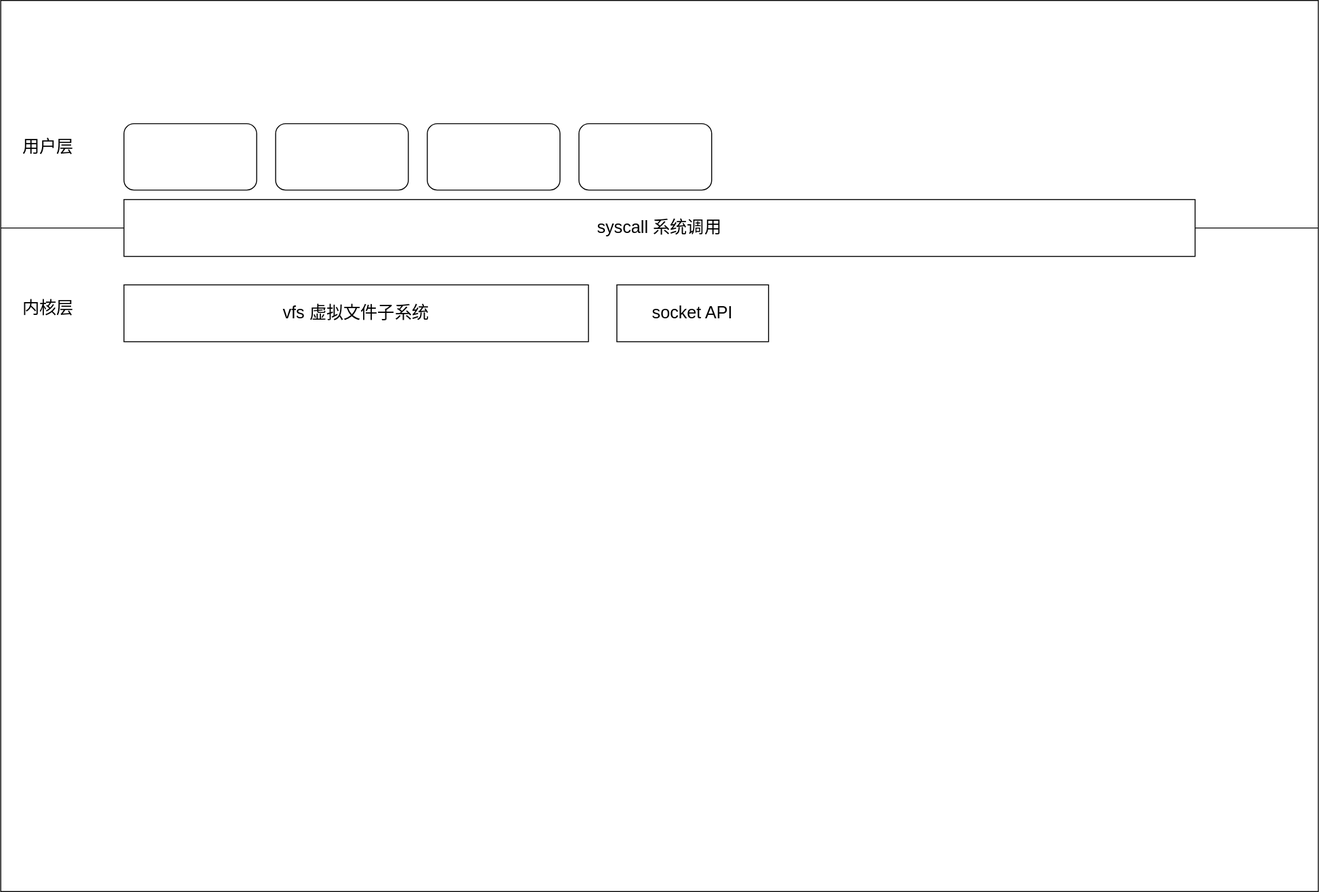
Before: src/kernel/linux/sys.dio.svg, a diagram exported from draw.io (dingiv/dingiv.github.io). Source tidied: cells renumbered, new cells last; positions are measured from the earlier drawing's top-left corner, leaving out a move shared by most shapes. Its diagram source:
```xml
<mxGraphModel>
  <root>
    <mxCell id="0" />
    <mxCell id="1" parent="0" />
    <mxCell id="2" style="rounded=0;whiteSpace=wrap;html=1;fontSize=18;" parent="1" vertex="1">
      <mxGeometry width="1390" height="940" as="geometry" />
    </mxCell>
    <mxCell id="3" style="endArrow=none;html=1;entryX=1;entryY=0.5;entryDx=0;entryDy=0;exitX=0;exitY=0.5;exitDx=0;exitDy=0;fontSize=18;" parent="1" edge="1" source="7">
      <mxGeometry relative="1" as="geometry">
        <mxPoint x="1390" y="240" as="targetPoint" />
      </mxGeometry>
    </mxCell>
    <mxCell id="4" value="用户层" style="text;html=1;align=center;verticalAlign=middle;whiteSpace=wrap;rounded=0;fontSize=18;" parent="1" vertex="1">
      <mxGeometry x="20" y="140" width="60" height="30" as="geometry" />
    </mxCell>
    <mxCell id="5" value="内核层" style="text;html=1;align=center;verticalAlign=middle;whiteSpace=wrap;rounded=0;fontSize=18;" parent="1" vertex="1">
      <mxGeometry x="20" y="310" width="60" height="30" as="geometry" />
    </mxCell>
    <mxCell id="6" style="endArrow=none;html=1;entryX=1;entryY=0.5;entryDx=0;entryDy=0;exitX=0;exitY=0.5;exitDx=0;exitDy=0;fontSize=18;" parent="1" edge="1" target="7">
      <mxGeometry relative="1" as="geometry">
        <mxPoint y="240" as="sourcePoint" />
      </mxGeometry>
    </mxCell>
    <mxCell id="7" value="&lt;font&gt;syscall 系统调用&lt;/font&gt;" style="rounded=0;whiteSpace=wrap;html=1;fontSize=18;" parent="1" vertex="1">
      <mxGeometry x="130" y="210" width="1130" height="60" as="geometry" />
    </mxCell>
    <mxCell id="8" value="vfs 虚拟文件子系统" style="rounded=0;whiteSpace=wrap;html=1;fontSize=18;" parent="1" vertex="1">
      <mxGeometry x="130" y="300" width="490" height="60" as="geometry" />
    </mxCell>
    <mxCell id="9" value="socket API" style="rounded=0;whiteSpace=wrap;html=1;fontSize=18;" parent="1" vertex="1">
      <mxGeometry x="650" y="300" width="160" height="60" as="geometry" />
    </mxCell>
    <mxCell id="10" style="rounded=1;whiteSpace=wrap;html=1;" parent="1" vertex="1">
      <mxGeometry x="130" y="130" width="140" height="70" as="geometry" />
    </mxCell>
    <mxCell id="11" style="rounded=1;whiteSpace=wrap;html=1;" parent="1" vertex="1">
      <mxGeometry x="290" y="130" width="140" height="70" as="geometry" />
    </mxCell>
    <mxCell id="12" style="rounded=1;whiteSpace=wrap;html=1;" parent="1" vertex="1">
      <mxGeometry x="450" y="130" width="140" height="70" as="geometry" />
    </mxCell>
    <mxCell id="13" style="rounded=1;whiteSpace=wrap;html=1;" parent="1" vertex="1">
      <mxGeometry x="610" y="130" width="140" height="70" as="geometry" />
    </mxCell>
  </root>
</mxGraphModel>
```
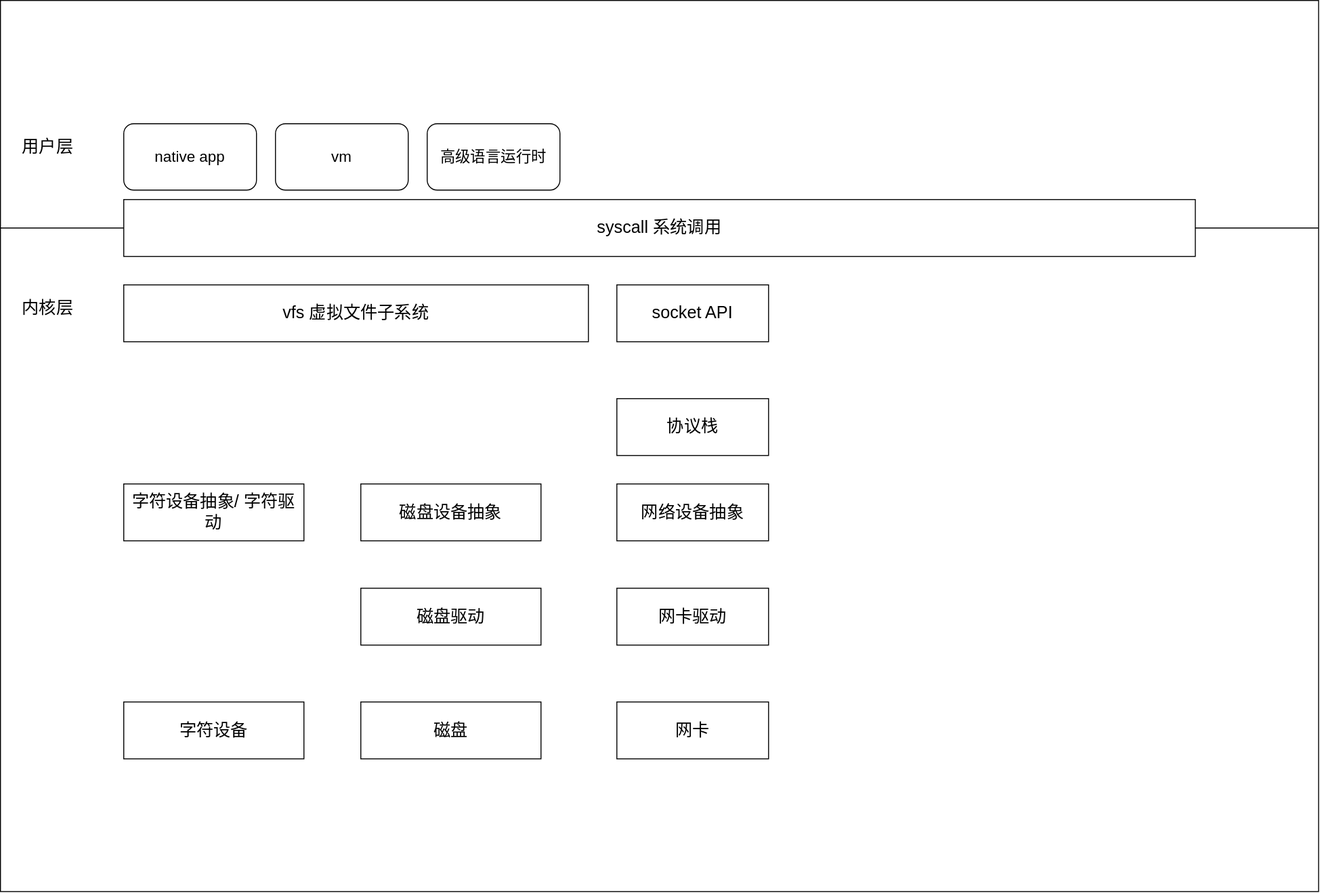
Above is the later version.

The edit, as a diff of the source:
```diff
@@ -30,17 +30,41 @@
     <mxCell id="9" value="socket API" style="rounded=0;whiteSpace=wrap;html=1;fontSize=18;" parent="1" vertex="1">
       <mxGeometry x="650" y="300" width="160" height="60" as="geometry" />
     </mxCell>
-    <mxCell id="10" style="rounded=1;whiteSpace=wrap;html=1;" parent="1" vertex="1">
+    <mxCell id="10" value="native app" style="rounded=1;whiteSpace=wrap;html=1;fontSize=16;" parent="1" vertex="1">
       <mxGeometry x="130" y="130" width="140" height="70" as="geometry" />
     </mxCell>
-    <mxCell id="11" style="rounded=1;whiteSpace=wrap;html=1;" parent="1" vertex="1">
+    <mxCell id="11" value="vm" style="rounded=1;whiteSpace=wrap;html=1;fontSize=16;" parent="1" vertex="1">
       <mxGeometry x="290" y="130" width="140" height="70" as="geometry" />
     </mxCell>
-    <mxCell id="12" style="rounded=1;whiteSpace=wrap;html=1;" parent="1" vertex="1">
+    <mxCell id="12" value="高级语言运行时" style="rounded=1;whiteSpace=wrap;html=1;fontSize=16;" parent="1" vertex="1">
       <mxGeometry x="450" y="130" width="140" height="70" as="geometry" />
     </mxCell>
-    <mxCell id="13" style="rounded=1;whiteSpace=wrap;html=1;" parent="1" vertex="1">
-      <mxGeometry x="610" y="130" width="140" height="70" as="geometry" />
+    <mxCell id="13" value="字符设备抽象/&lt;span style=&quot;color: rgb(0, 0, 0);&quot;&gt;字符驱动&lt;/span&gt;" style="rounded=0;whiteSpace=wrap;html=1;fontSize=18;" parent="1" vertex="1">
+      <mxGeometry x="130" y="510" width="190" height="60" as="geometry" />
     </mxCell>
+    <mxCell id="14" value="网络设备抽象" style="rounded=0;whiteSpace=wrap;html=1;fontSize=18;" parent="1" vertex="1">
+      <mxGeometry x="650" y="510" width="160" height="60" as="geometry" />
+    </mxCell>
+    <mxCell id="15" value="磁盘设备抽象" style="rounded=0;whiteSpace=wrap;html=1;fontSize=18;" parent="1" vertex="1">
+      <mxGeometry x="380" y="510" width="190" height="60" as="geometry" />
+    </mxCell>
+    <mxCell id="16" value="协议栈" style="rounded=0;whiteSpace=wrap;html=1;fontSize=18;" parent="1" vertex="1">
+      <mxGeometry x="650" y="420" width="160" height="60" as="geometry" />
+    </mxCell>
+    <mxCell id="17" value="磁盘驱动" style="rounded=0;whiteSpace=wrap;html=1;fontSize=18;" parent="1" vertex="1">
+      <mxGeometry x="380" y="620" width="190" height="60" as="geometry" />
+    </mxCell>
+    <mxCell id="18" value="磁盘" style="rounded=0;whiteSpace=wrap;html=1;fontSize=18;" parent="1" vertex="1">
+      <mxGeometry x="380" y="740" width="190" height="60" as="geometry" />
+    </mxCell>
+    <mxCell id="19" value="网卡驱动" style="rounded=0;whiteSpace=wrap;html=1;fontSize=18;" parent="1" vertex="1">
+      <mxGeometry x="650" y="620" width="160" height="60" as="geometry" />
+    </mxCell>
+    <mxCell id="20" value="网卡" style="rounded=0;whiteSpace=wrap;html=1;fontSize=18;" parent="1" vertex="1">
+      <mxGeometry x="650" y="740" width="160" height="60" as="geometry" />
+    </mxCell>
+    <mxCell id="21" value="字符设备" style="rounded=0;whiteSpace=wrap;html=1;fontSize=18;" parent="1" vertex="1">
+      <mxGeometry x="130" y="740" width="190" height="60" as="geometry" />
+    </mxCell>
   </root>
 </mxGraphModel>
```
